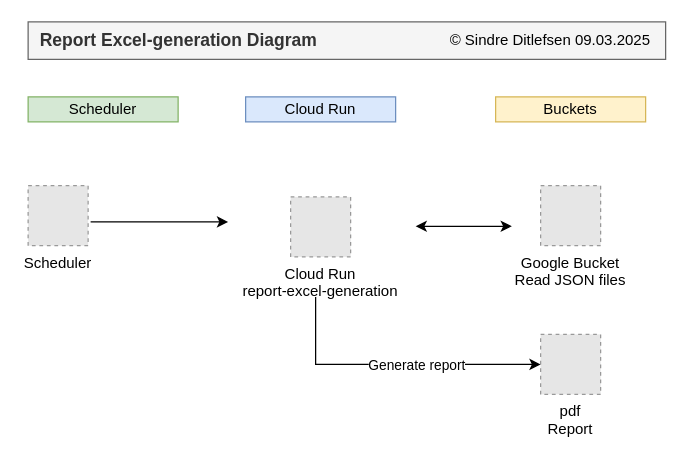
Before: report-pdf-generation/_docs/report-pdf-generation-diagram.drawio in ditlef9/python-nextjs-postgresql-devsecops-gcp, a draw.io diagram. Source tidied: cells renumbered, new cells numbered last; positions are measured from the earlier drawing's top-left corner, leaving out a move shared by most shapes. Both pictures are drawn from the tidied source at 125%, with x=0, y=0 at pixel (28, 21). Pictures stored in the file or linked from it are replaced by grey dashed boxes.
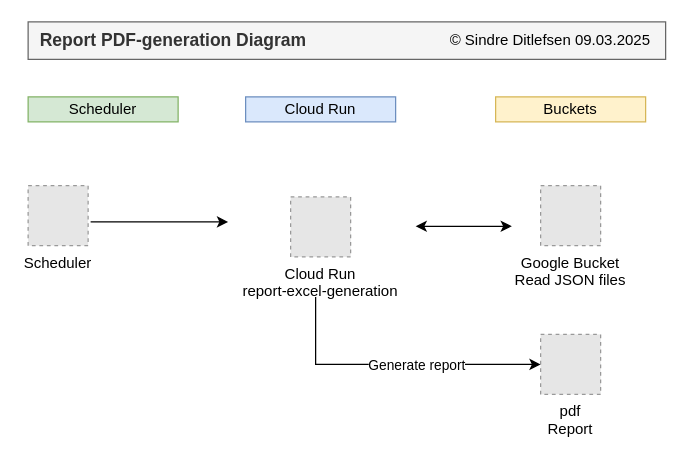
The same diagram, later.

Diff of the diagram source:
```diff
@@
 <mxGraphModel>
   <root>
     <mxCell id="0" />
     <mxCell id="1" parent="0" />
-    <mxCell id="2" value="&lt;span style=&quot;font-size: 14px;&quot;&gt;&lt;b&gt;&amp;nbsp; Report Excel-generation Diagram&lt;/b&gt;&lt;/span&gt;" style="rounded=0;whiteSpace=wrap;html=1;fillColor=#f5f5f5;fontColor=#333333;strokeColor=#666666;align=left;" parent="1" vertex="1">
+    <mxCell id="2" value="&lt;span style=&quot;font-size: 14px;&quot;&gt;&lt;b&gt;&amp;nbsp; Report PDF-generation Diagram&lt;/b&gt;&lt;/span&gt;" style="rounded=0;whiteSpace=wrap;html=1;fillColor=#f5f5f5;fontColor=#333333;strokeColor=#666666;align=left;" parent="1" vertex="1">
       <mxGeometry width="510" height="30" as="geometry" />
     </mxCell>
     <mxCell id="3" value="© Sindre Ditlefsen 09.03.2025" style="text;html=1;strokeColor=none;fillColor=none;align=right;verticalAlign=middle;whiteSpace=wrap;rounded=0;" parent="1" vertex="1">
       <mxGeometry x="250" width="250" height="30" as="geometry" />
     </mxCell>
     <mxCell id="4" style="endArrow=classic;html=1;rounded=0;" parent="1" edge="1">
       <mxGeometry relative="1" as="geometry">
         <mxPoint x="50" y="160" as="sourcePoint" />
         <mxPoint x="160" y="160" as="targetPoint" />
       </mxGeometry>
     </mxCell>
     <mxCell id="5" value="Google Bucket&#10;Read JSON files" style="fillColor=#E6E6E6;strokeColor=#999999;dashed=1;verticalLabelPosition=bottom;labelBackgroundColor=default;verticalAlign=top;" parent="1" vertex="1">
       <mxGeometry x="410" y="131" width="48" height="48" as="geometry" />
     </mxCell>
     <mxCell id="6" style="endArrow=classic;html=1;rounded=0;exitX=1;exitY=0.5;exitDx=0;exitDy=0;startArrow=classic;startFill=1;" parent="1" edge="1">
       <mxGeometry relative="1" as="geometry">
         <mxPoint x="310" y="163.5" as="sourcePoint" />
         <mxPoint x="387" y="163.5" as="targetPoint" />
       </mxGeometry>
     </mxCell>
     <mxCell id="7" value="Scheduler" style="fillColor=#E6E6E6;strokeColor=#999999;dashed=1;verticalLabelPosition=bottom;labelBackgroundColor=default;verticalAlign=top;" parent="1" vertex="1">
       <mxGeometry y="131" width="48" height="48" as="geometry" />
     </mxCell>
     <mxCell id="8" value="Cloud Run&#10;report-excel-generation" style="fillColor=#E6E6E6;strokeColor=#999999;dashed=1;verticalLabelPosition=bottom;labelBackgroundColor=default;verticalAlign=top;" parent="1" vertex="1">
       <mxGeometry x="210" y="140" width="48" height="48" as="geometry" />
     </mxCell>
     <mxCell id="9" value="pdf&#10;Report" style="fillColor=#E6E6E6;strokeColor=#999999;dashed=1;verticalLabelPosition=bottom;labelBackgroundColor=default;verticalAlign=top;" parent="1" vertex="1">
       <mxGeometry x="410" y="250" width="48" height="48" as="geometry" />
     </mxCell>
     <mxCell id="10" style="endArrow=classic;html=1;rounded=0;entryX=0;entryY=0.5;entryDx=0;entryDy=0;" parent="1" edge="1" target="9">
       <mxGeometry relative="1" as="geometry">
         <mxPoint x="230" y="220" as="sourcePoint" />
         <Array as="points">
           <mxPoint x="230" y="274" />
         </Array>
       </mxGeometry>
     </mxCell>
     <mxCell id="11" value="Generate report" style="edgeLabel;html=1;align=center;verticalAlign=middle;" parent="10" vertex="1">
       <mxGeometry x="-0.05" y="1" relative="1" as="geometry">
         <mxPoint x="23" y="1" as="offset" />
       </mxGeometry>
     </mxCell>
     <mxCell id="12" value="Scheduler" style="rounded=0;whiteSpace=wrap;html=1;fillColor=#d5e8d4;strokeColor=#82b366;" parent="1" vertex="1">
       <mxGeometry y="60" width="120" height="20" as="geometry" />
     </mxCell>
     <mxCell id="13" value="Cloud Run" style="rounded=0;whiteSpace=wrap;html=1;fillColor=#dae8fc;strokeColor=#6c8ebf;" parent="1" vertex="1">
       <mxGeometry x="174" y="60" width="120" height="20" as="geometry" />
     </mxCell>
     <mxCell id="14" value="Buckets" style="rounded=0;whiteSpace=wrap;html=1;fillColor=#fff2cc;strokeColor=#d6b656;" parent="1" vertex="1">
       <mxGeometry x="374" y="60" width="120" height="20" as="geometry" />
     </mxCell>
   </root>
 </mxGraphModel>
```
